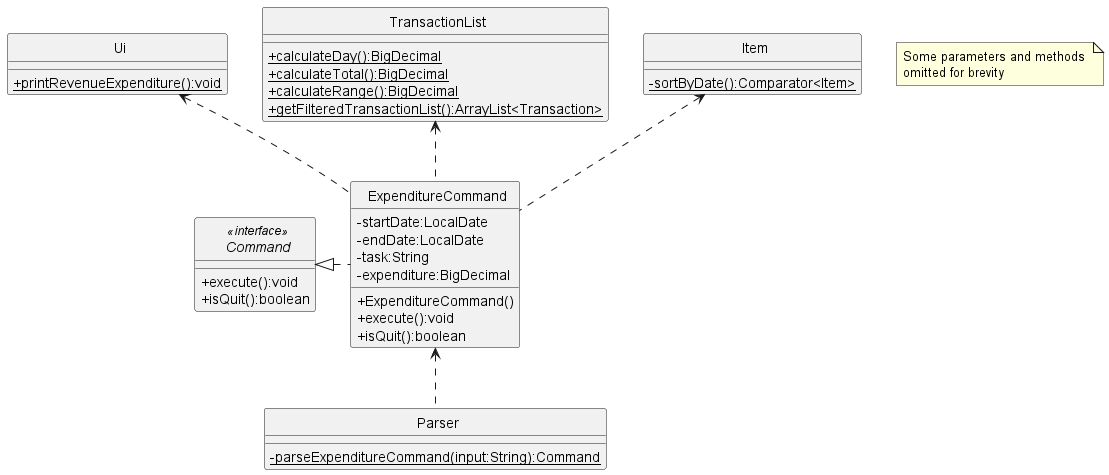
This is docs/uml-diagrams/ExpenditureCommandClass.png from rismm/tp, a PlantUML export, as it was before one commit.
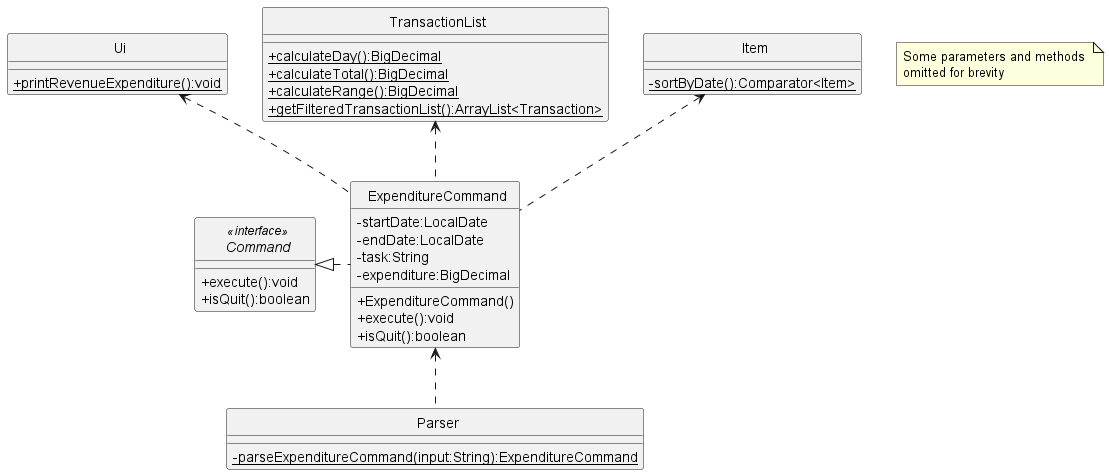
After the commit.

The edit, as a diff of the source:
```diff
@@ -36,7 +36,7 @@
 }
 
 class Parser {
-    {static}-parseExpenditureCommand(input:String):Command
+    {static}-parseExpenditureCommand(input:String):ExpenditureCommand
 }
 
 class TransactionList {
```
